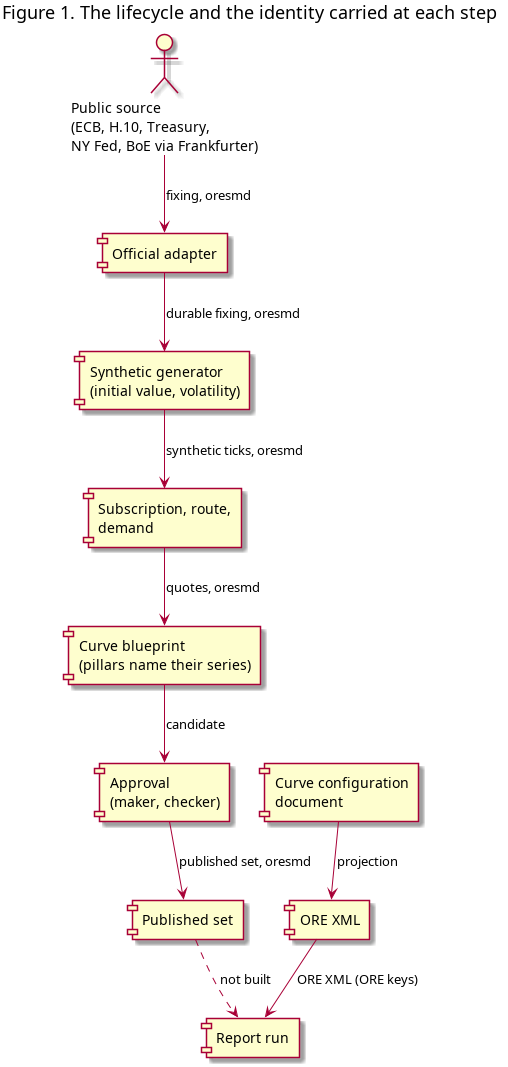
OreStudio/OreStudio keeps this PlantUML diagram as doc/knowledge/architecture/tracking_market_data_identity_from_fixing_to_report.png. Above is the earlier version. Its source is kept beside it as doc/knowledge/architecture/tracking_market_data_identity_from_fixing_to_report.puml.
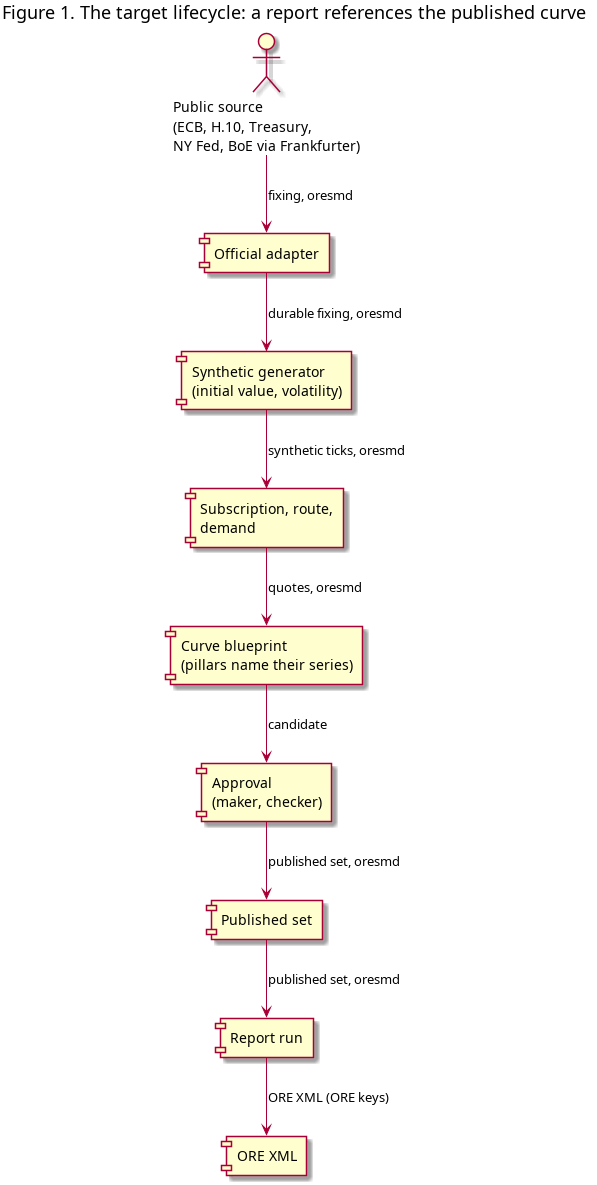
Later version of the same file.

Commit message:
[doc] State the target: reports reference published curves

The edit, as a diff of the source:
```diff
@@ -1,5 +1,5 @@
 @startuml
-title Figure 1. The lifecycle and the identity carried at each step
+title Figure 1. The target lifecycle: a report references the published curve
 skinparam backgroundColor #FFFFFF
 skinparam defaultFontName sans-serif
 skinparam componentStyle rectangle
@@ -12,7 +12,6 @@
 component "Approval\n(maker, checker)" as appr
 component "Published set" as pub
 component "Report run" as rep
-component "Curve configuration\ndocument" as cfg
 component "ORE XML" as ore
 
 src --> official : fixing, oresmd
@@ -21,7 +20,6 @@
 sub --> bp : quotes, oresmd
 bp --> appr : candidate
 appr --> pub : published set, oresmd
-cfg --> ore : projection
-ore --> rep : ORE XML (ORE keys)
-pub ..> rep : not built
+rep --> ore : ORE XML (ORE keys)
+pub --> rep : published set, oresmd
 @enduml
```
